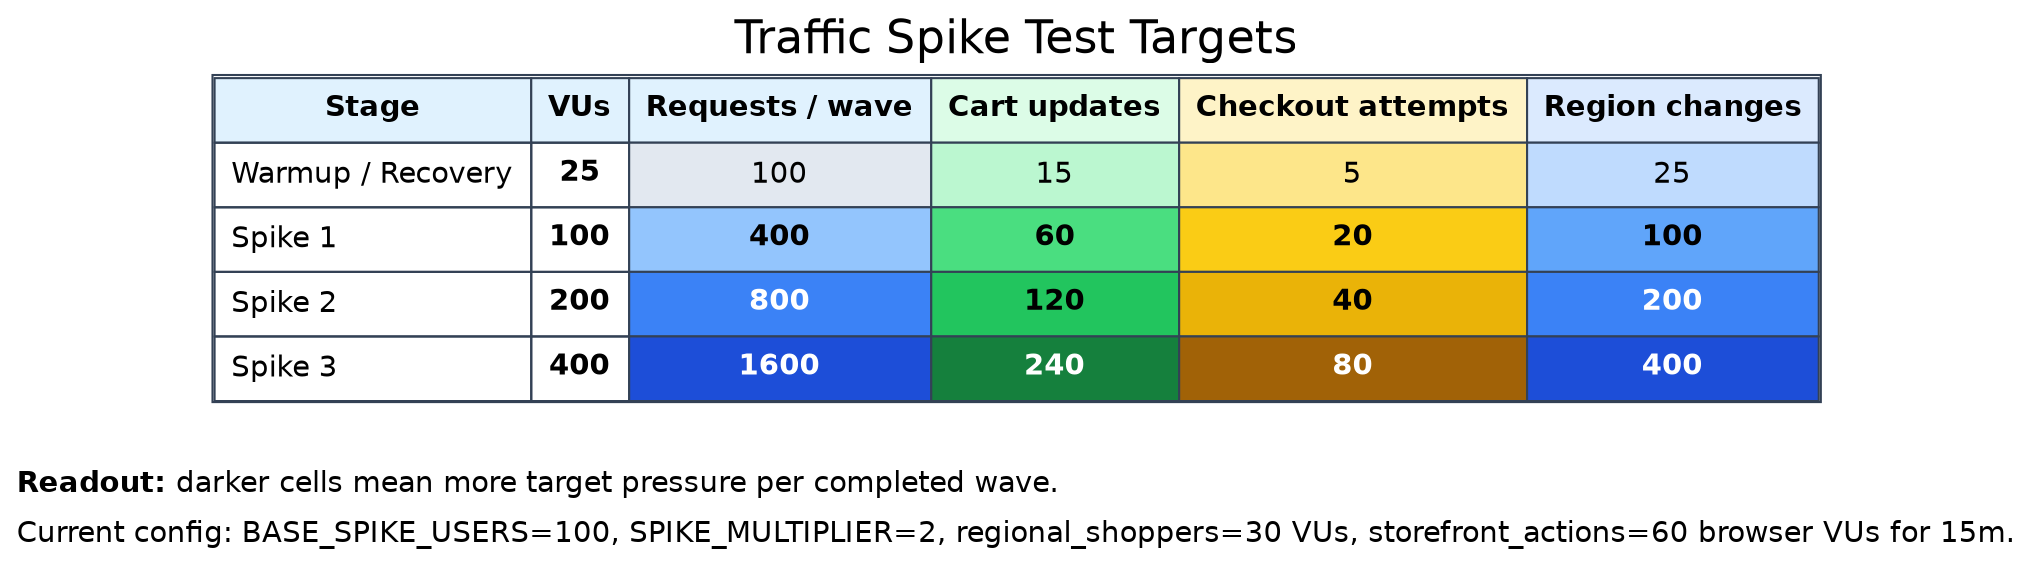
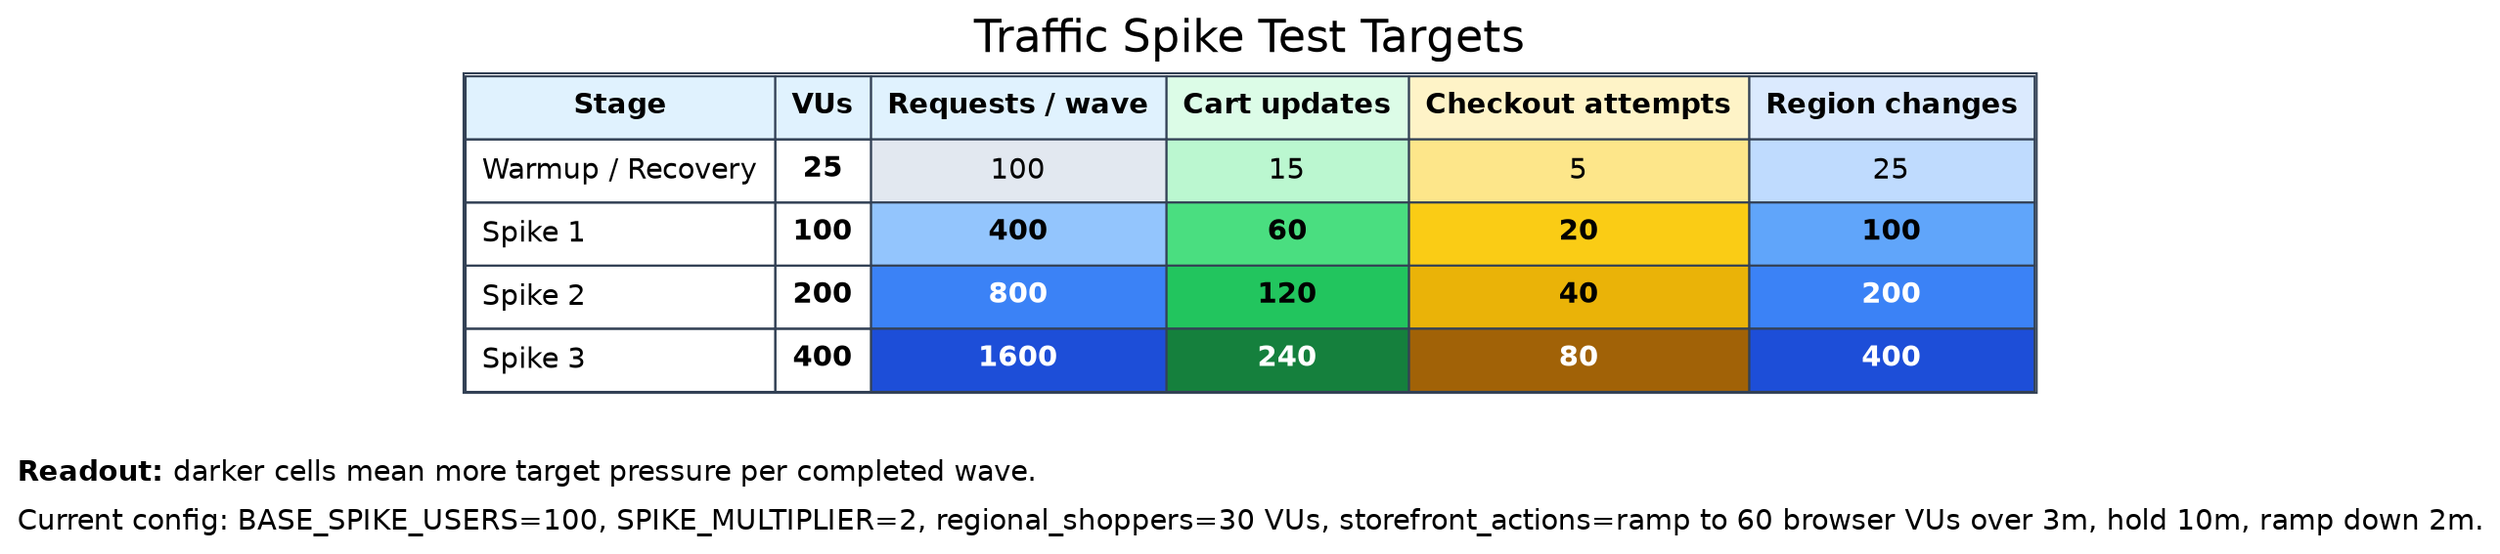
digraph traffic_spike_target_heatmap {
  graph [rankdir=TB, labelloc=t, label="Traffic Spike Test Targets", fontsize=22, fontname="Helvetica", nodesep=0.35, ranksep=0.4];
  node [shape=plain, fontname="Helvetica"];
  edge [style=invis];

  target_heatmap [label=<
    <TABLE BORDER="1" CELLBORDER="1" CELLSPACING="0" CELLPADDING="7" COLOR="#334155">
      <TR><TD BGCOLOR="#e0f2fe"><B>Stage</B></TD><TD BGCOLOR="#e0f2fe"><B>VUs</B></TD><TD BGCOLOR="#e0f2fe"><B>Requests / wave</B></TD><TD BGCOLOR="#dcfce7"><B>Cart updates</B></TD><TD BGCOLOR="#fef3c7"><B>Checkout attempts</B></TD><TD BGCOLOR="#dbeafe"><B>Region changes</B></TD></TR>
      <TR><TD ALIGN="LEFT">Warmup / Recovery</TD><TD><B>25</B></TD><TD BGCOLOR="#e2e8f0">100</TD><TD BGCOLOR="#bbf7d0">15</TD><TD BGCOLOR="#fde68a">5</TD><TD BGCOLOR="#bfdbfe">25</TD></TR>
      <TR><TD ALIGN="LEFT">Spike 1</TD><TD><B>100</B></TD><TD BGCOLOR="#93c5fd"><B>400</B></TD><TD BGCOLOR="#4ade80"><B>60</B></TD><TD BGCOLOR="#facc15"><B>20</B></TD><TD BGCOLOR="#60a5fa"><B>100</B></TD></TR>
      <TR><TD ALIGN="LEFT">Spike 2</TD><TD><B>200</B></TD><TD BGCOLOR="#3b82f6"><FONT COLOR="white"><B>800</B></FONT></TD><TD BGCOLOR="#22c55e"><B>120</B></TD><TD BGCOLOR="#eab308"><B>40</B></TD><TD BGCOLOR="#3b82f6"><FONT COLOR="white"><B>200</B></FONT></TD></TR>
      <TR><TD ALIGN="LEFT">Spike 3</TD><TD><B>400</B></TD><TD BGCOLOR="#1d4ed8"><FONT COLOR="white"><B>1600</B></FONT></TD><TD BGCOLOR="#15803d"><FONT COLOR="white"><B>240</B></FONT></TD><TD BGCOLOR="#a16207"><FONT COLOR="white"><B>80</B></FONT></TD><TD BGCOLOR="#1d4ed8"><FONT COLOR="white"><B>400</B></FONT></TD></TR>
    </TABLE>
  >];

  target_note [label=<
    <TABLE BORDER="0" CELLBORDER="0" CELLSPACING="0" CELLPADDING="4">
      <TR><TD ALIGN="LEFT"><B>Readout:</B> darker cells mean more target pressure per completed wave.</TD></TR>
-       <TR><TD ALIGN="LEFT">Current config: BASE_SPIKE_USERS=100, SPIKE_MULTIPLIER=2, regional_shoppers=30 VUs, storefront_actions=60 browser VUs for 15m.</TD></TR>
+       <TR><TD ALIGN="LEFT">Current config: BASE_SPIKE_USERS=100, SPIKE_MULTIPLIER=2, regional_shoppers=30 VUs, storefront_actions=ramp to 60 browser VUs over 3m, hold 10m, ramp down 2m.</TD></TR>
    </TABLE>
  >];

  target_heatmap -> target_note;
}

